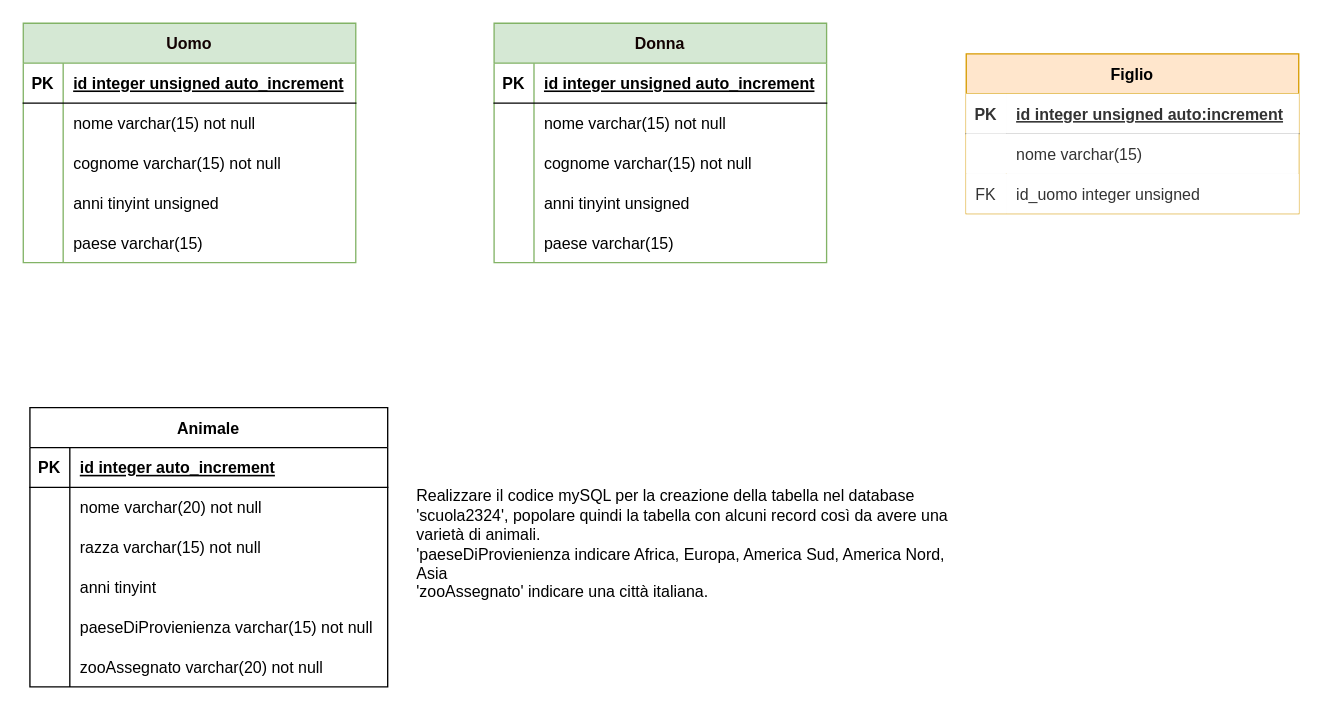
This is Anni Precedenti/AS_2023_2024/5IA/Informatica/UD 2 - mySQL Basics/er01.drawio from CescoP81/GalileiOstiglia, a draw.io file, before an edit. Source tidied: cells renumbered, new cells numbered last; positions are measured from the earlier drawing's top-left corner, leaving out a move shared by most shapes. Both pictures are drawn from the tidied source at 133%, with x=0, y=0 at pixel (23, 23).
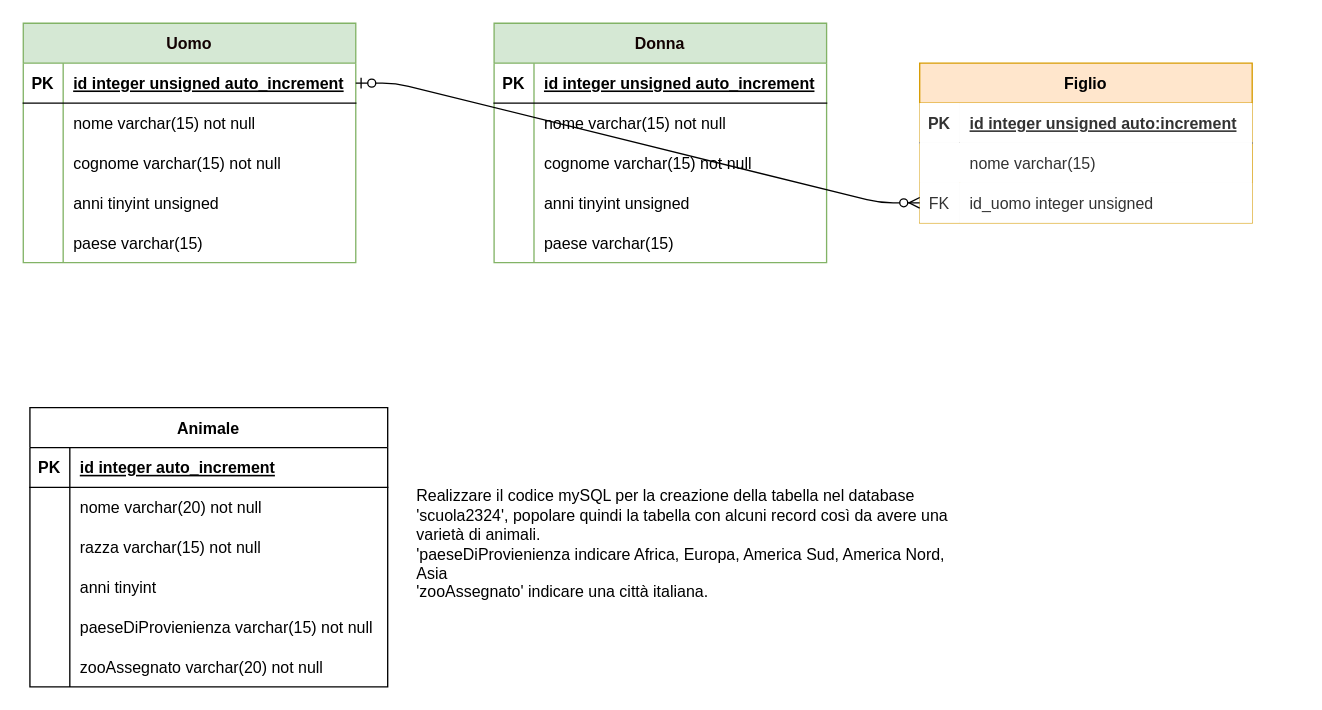
The same diagram, later.

The change refers to these unchanged cells:
```xml
<mxCell id="3" style="shape=tableRow;horizontal=0;startSize=0;swimlaneHead=0;swimlaneBody=0;fillColor=none;points=[[0,0.5],[1,0.5]];portConstraint=eastwest;top=0;left=0;right=0;bottom=1;" parent="2" vertex="1">
  <mxGeometry y="30" width="250" height="30" as="geometry" />
</mxCell>
<mxCell id="25" style="shape=tableRow;horizontal=0;startSize=0;swimlaneHead=0;swimlaneBody=0;fillColor=#f5f5f5;points=[[0,0.5],[1,0.5]];portConstraint=eastwest;top=0;left=0;right=0;bottom=0;fontColor=#333333;strokeColor=#666666;" parent="18" vertex="1">
  <mxGeometry y="90" width="250" height="30" as="geometry" />
</mxCell>
```

What changed in the source:
```diff
@@
     <mxCell id="18" value="Figlio" style="shape=table;startSize=30;childLayout=tableLayout;rowLines=0;fontStyle=1;align=center;fillColor=#ffe6cc;strokeColor=#d79b00;fillStyle=solid;" parent="1" vertex="1">
-      <mxGeometry x="709" y="23" width="250" height="120" as="geometry" />
+      <mxGeometry x="674" y="30" width="250" height="120" as="geometry" />
     </mxCell>
@@
+    <mxCell id="64" style="edgeStyle=entityRelationEdgeStyle;fontSize=12;html=1;endArrow=ERzeroToMany;startArrow=ERzeroToOne;exitX=1;exitY=0.5;exitDx=0;exitDy=0;entryX=0;entryY=0.5;entryDx=0;entryDy=0;" parent="1" edge="1" source="3" target="25">
+      <mxGeometry relative="1" as="geometry" />
+    </mxCell>
```
